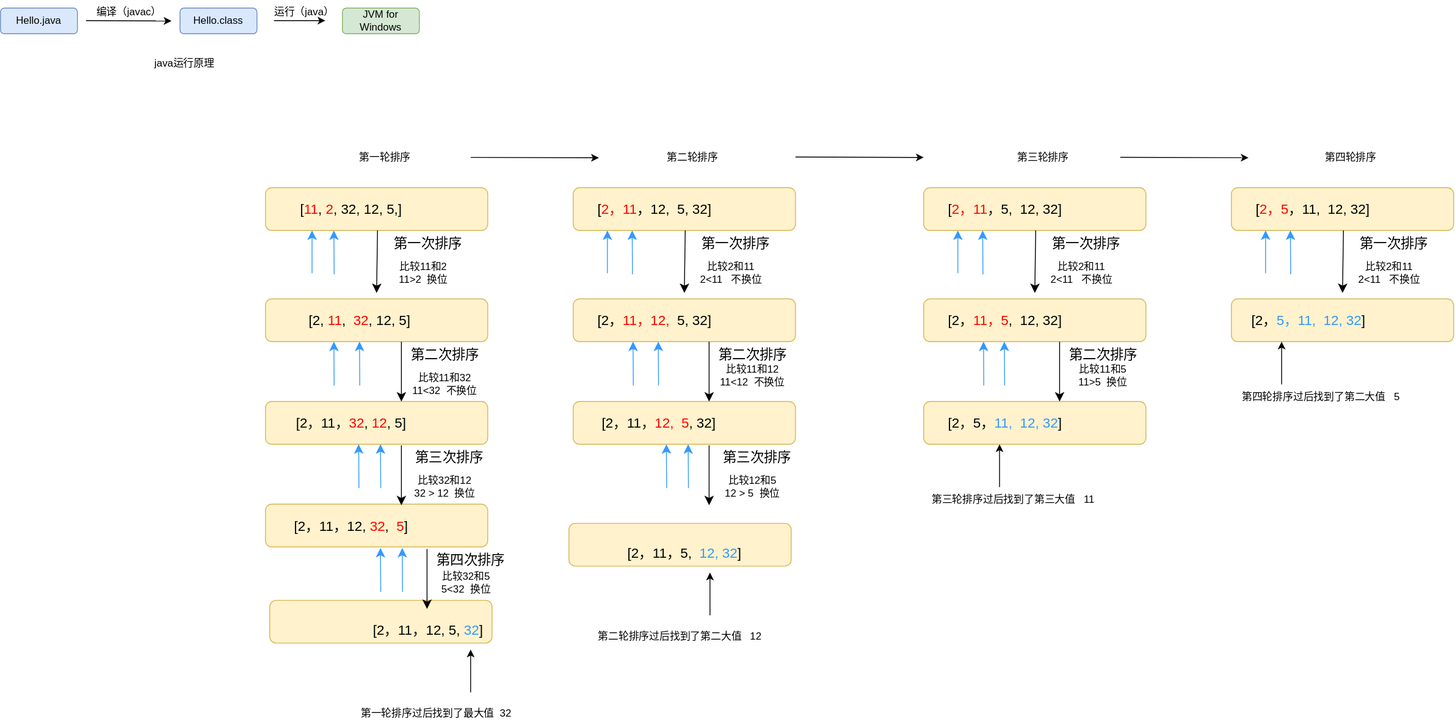
This is java学习·.svg from shenbeipiao/record, a draw.io export, as it was before one commit. Source tidied: cells renumbered, new cells last; positions are measured from the earlier drawing's top-left corner, leaving out a move shared by most shapes.
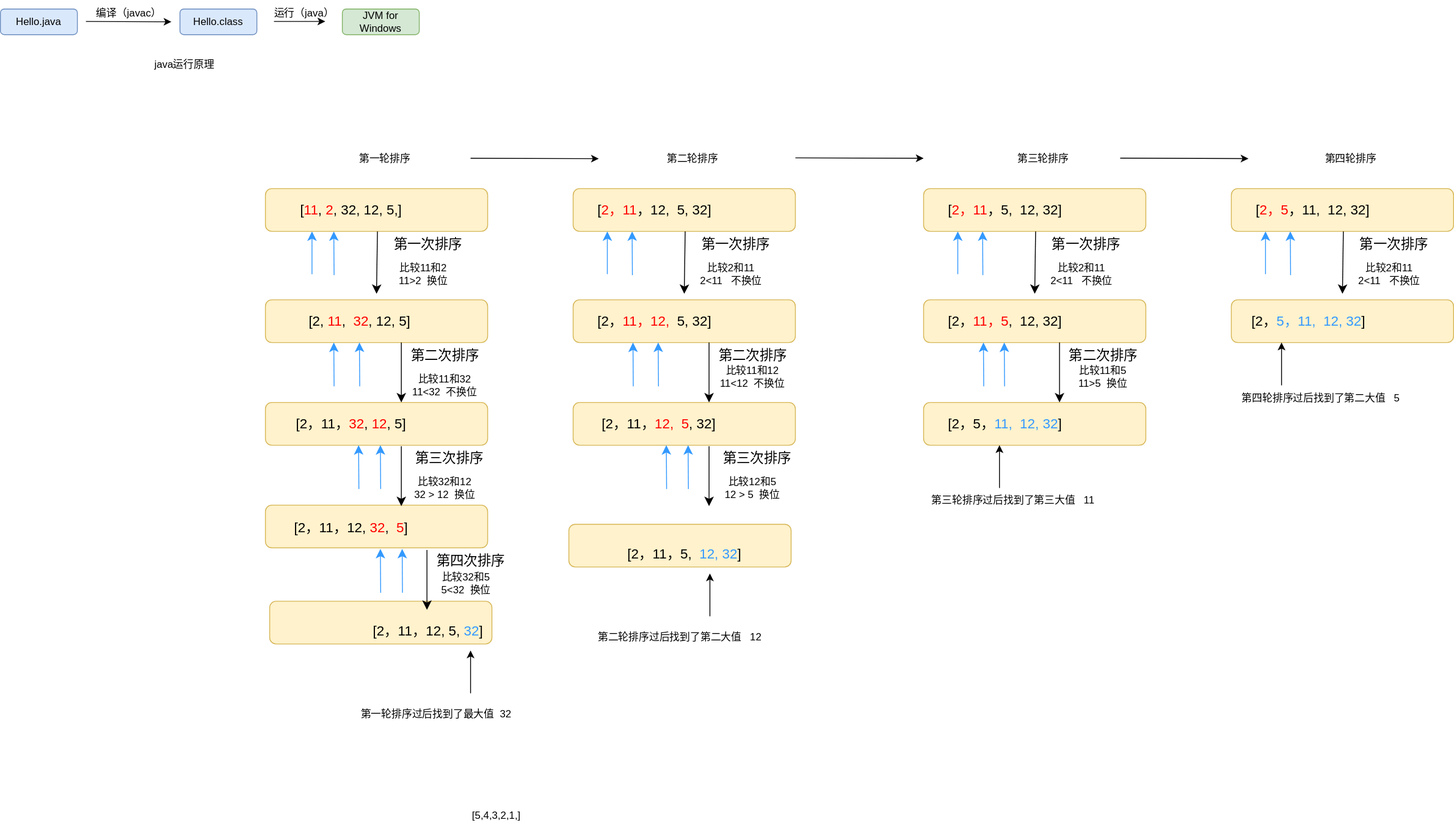
The same diagram one commit later.

What changed in the source:
```diff
@@ -422,5 +422,8 @@
     <mxCell id="102" value="JVM for Windows" style="rounded=1;whiteSpace=wrap;html=1;fillColor=#d5e8d4;strokeColor=#82b366;" parent="1" vertex="1">
       <mxGeometry x="400" y="10" width="90" height="30" as="geometry" />
     </mxCell>
+    <mxCell id="103" value="[5,4,3,2,1,]" style="text;html=1;align=center;verticalAlign=middle;strokeColor=none;fillColor=none;" parent="1" vertex="1">
+      <mxGeometry x="540" y="938" width="80" height="30" as="geometry" />
+    </mxCell>
   </root>
 </mxGraphModel>
```
